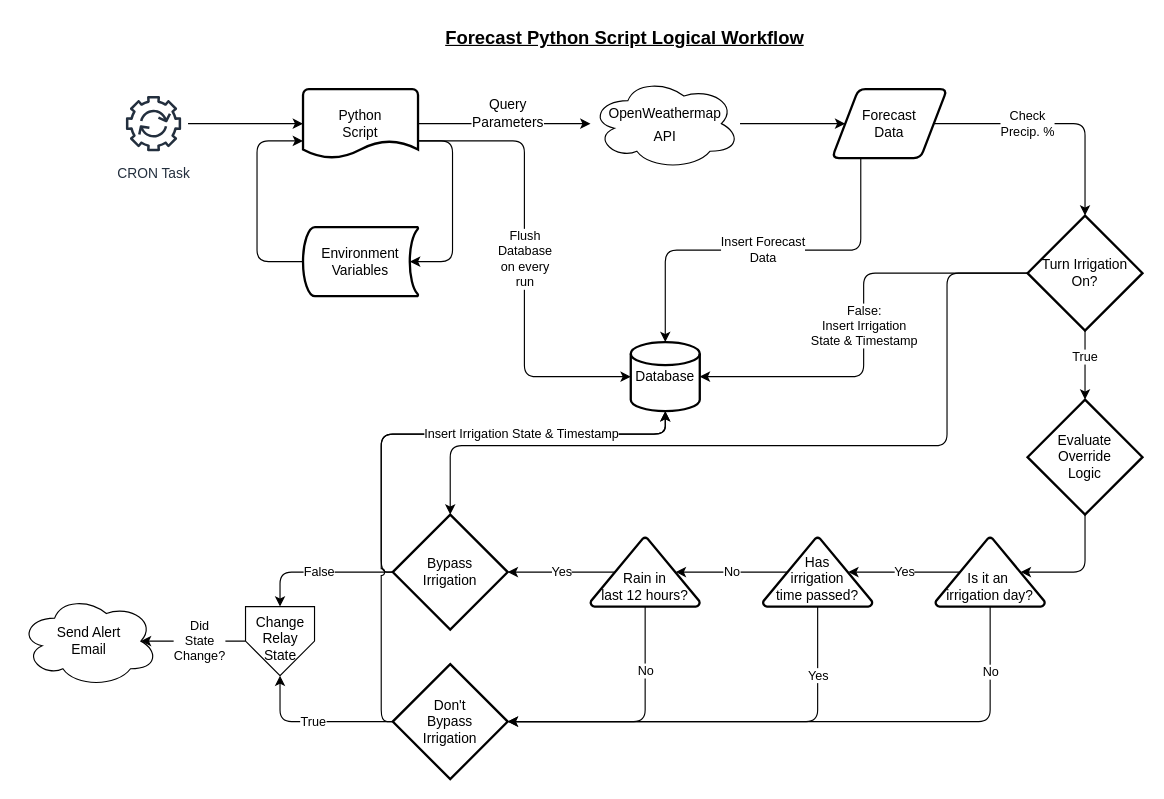
miarond/RPi_Irrigation_Bypass_Sensor keeps this draw.io diagram as assets/forecast_logic_diagram.drawio. Above is the earlier version. Source tidied: cells renumbered, new cells numbered last; positions are measured from the earlier drawing's top-left corner, leaving out a move shared by most shapes. Both pictures are drawn from the tidied source at 115%, with x=0, y=0 at pixel (20, 20).
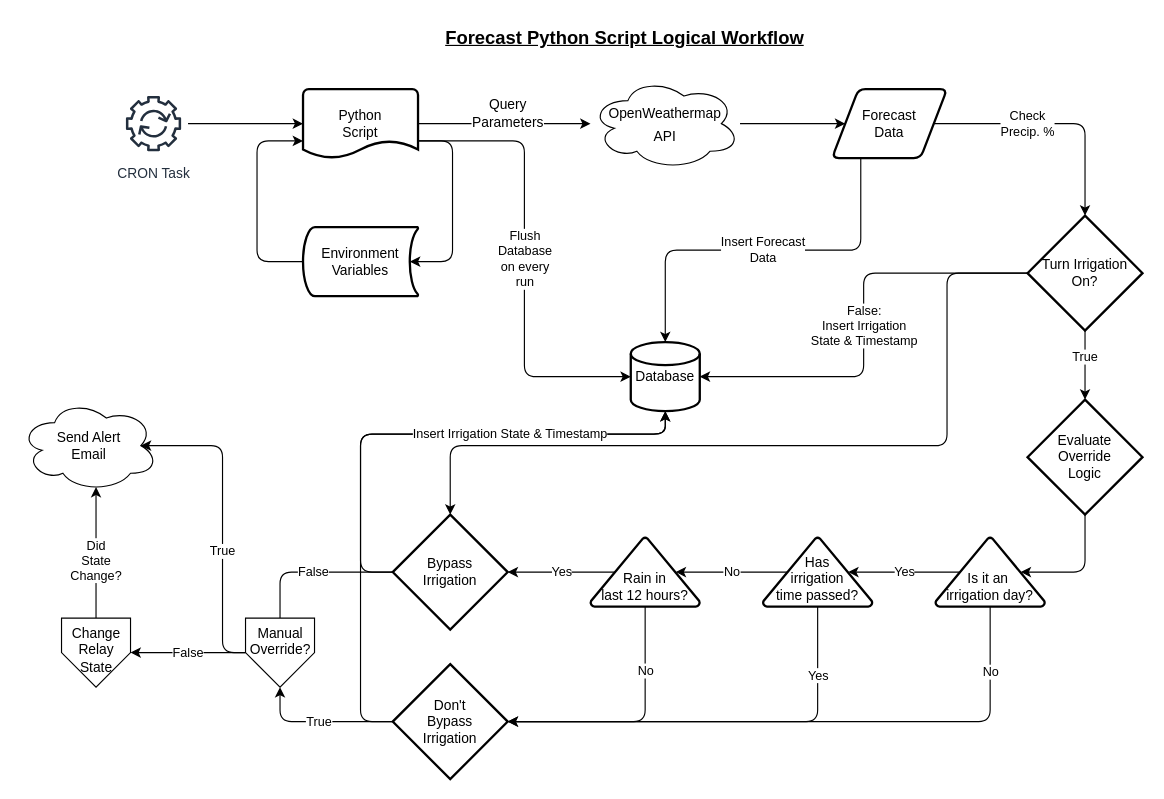
Above is the later version.

Unchanged cells that the change refers to:
```xml
<mxCell id="23" value="Database" style="strokeWidth=2;html=1;shape=mxgraph.flowchart.database;whiteSpace=wrap;" parent="1" vertex="1">
  <mxGeometry x="531" y="280" width="60" height="60" as="geometry" />
</mxCell>
<mxCell id="35" value="Bypass&lt;br&gt;Irrigation" style="strokeWidth=2;html=1;shape=mxgraph.flowchart.decision;whiteSpace=wrap;" parent="1" vertex="1">
  <mxGeometry x="324" y="430" width="100" height="100" as="geometry" />
</mxCell>
<mxCell id="38" value="Don't&lt;br&gt;Bypass&lt;br&gt;Irrigation" style="strokeWidth=2;html=1;shape=mxgraph.flowchart.decision;whiteSpace=wrap;" parent="1" vertex="1">
  <mxGeometry x="324" y="560" width="100" height="100" as="geometry" />
</mxCell>
```

The edit, as a diff of the source:
```diff
@@
-    <mxCell id="33" value="False" style="edgeStyle=orthogonalEdgeStyle;html=1;exitX=0;exitY=0.5;exitDx=0;exitDy=0;exitPerimeter=0;entryX=0.5;entryY=0;entryDx=0;entryDy=0;" parent="1" edge="1" source="35" target="40">
+    <mxCell id="33" value="False" style="edgeStyle=orthogonalEdgeStyle;html=1;exitX=0;exitY=0.5;exitDx=0;exitDy=0;exitPerimeter=0;entryX=1;entryY=0.5;entryDx=0;entryDy=0;startArrow=none;" parent="1" edge="1" source="43" target="40">
       <mxGeometry relative="1" as="geometry" />
     </mxCell>
     <mxCell id="34" style="edgeStyle=orthogonalEdgeStyle;html=1;exitX=0;exitY=0.5;exitDx=0;exitDy=0;exitPerimeter=0;entryX=0.5;entryY=1;entryDx=0;entryDy=0;entryPerimeter=0;" parent="1" edge="1" source="35" target="23">
       <mxGeometry relative="1" as="geometry">
         <Array as="points">
-          <mxPoint x="314" y="480" />
-          <mxPoint x="314" y="360" />
+          <mxPoint x="296" y="480" />
+          <mxPoint x="296" y="360" />
           <mxPoint x="561" y="360" />
         </Array>
       </mxGeometry>
     </mxCell>
@@
-    <mxCell id="36" value="True" style="edgeStyle=orthogonalEdgeStyle;html=1;exitX=0;exitY=0.5;exitDx=0;exitDy=0;exitPerimeter=0;entryX=0.5;entryY=1;entryDx=0;entryDy=0;" parent="1" edge="1" source="38" target="40">
+    <mxCell id="36" value="True" style="edgeStyle=orthogonalEdgeStyle;html=1;exitX=0;exitY=0.5;exitDx=0;exitDy=0;exitPerimeter=0;entryX=0.5;entryY=1;entryDx=0;entryDy=0;" parent="1" edge="1" source="38" target="43">
       <mxGeometry relative="1" as="geometry" />
     </mxCell>
     <mxCell id="37" value="Insert Irrigation State &amp;amp; Timestamp" style="edgeStyle=orthogonalEdgeStyle;html=1;exitX=0;exitY=0.5;exitDx=0;exitDy=0;exitPerimeter=0;entryX=0.5;entryY=1;entryDx=0;entryDy=0;entryPerimeter=0;jumpStyle=arc;" parent="1" edge="1" source="38" target="23">
       <mxGeometry x="0.45" relative="1" as="geometry">
         <Array as="points">
-          <mxPoint x="314" y="610" />
-          <mxPoint x="314" y="360" />
+          <mxPoint x="296" y="610" />
+          <mxPoint x="296" y="360" />
           <mxPoint x="561" y="360" />
         </Array>
       </mxGeometry>
     </mxCell>
@@
-    <mxCell id="39" value="Did&lt;br&gt;State&lt;br&gt;Change?" style="edgeStyle=orthogonalEdgeStyle;jumpStyle=arc;html=1;exitX=0;exitY=0.5;exitDx=0;exitDy=0;entryX=0.875;entryY=0.5;entryDx=0;entryDy=0;entryPerimeter=0;" parent="1" edge="1" source="40" target="41">
+    <mxCell id="39" value="Did&lt;br&gt;State&lt;br&gt;Change?" style="edgeStyle=orthogonalEdgeStyle;jumpStyle=arc;html=1;exitX=0.5;exitY=0;exitDx=0;exitDy=0;entryX=0.55;entryY=0.95;entryDx=0;entryDy=0;entryPerimeter=0;" parent="1" edge="1" source="40" target="41">
       <mxGeometry x="-0.12" relative="1" as="geometry" />
     </mxCell>
     <mxCell id="40" value="Change&lt;br&gt;Relay&lt;br&gt;State" style="verticalLabelPosition=middle;verticalAlign=top;html=1;shape=offPageConnector;rounded=0;size=0.5;labelPosition=center;align=center;" parent="1" vertex="1">
-      <mxGeometry x="196" y="510" width="60" height="60" as="geometry" />
+      <mxGeometry x="36" y="520" width="60" height="60" as="geometry" />
     </mxCell>
     <mxCell id="41" value="Send Alert&lt;br&gt;Email" style="ellipse;shape=cloud;whiteSpace=wrap;html=1;" parent="1" vertex="1">
-      <mxGeometry y="500" width="120" height="80" as="geometry" />
+      <mxGeometry y="330" width="120" height="80" as="geometry" />
     </mxCell>
+    <mxCell id="42" value="True" style="edgeStyle=orthogonalEdgeStyle;html=1;exitX=0;exitY=0.5;exitDx=0;exitDy=0;entryX=0.875;entryY=0.5;entryDx=0;entryDy=0;entryPerimeter=0;" parent="1" edge="1" source="43" target="41">
+      <mxGeometry x="-0.2" relative="1" as="geometry">
+        <Array as="points">
+          <mxPoint x="176" y="550" />
+          <mxPoint x="176" y="370" />
+        </Array>
+      </mxGeometry>
+    </mxCell>
+    <mxCell id="43" value="Manual&lt;br&gt;Override?" style="verticalLabelPosition=middle;verticalAlign=top;html=1;shape=offPageConnector;rounded=0;size=0.5;labelPosition=center;align=center;" parent="1" vertex="1">
+      <mxGeometry x="196" y="520" width="60" height="60" as="geometry" />
+    </mxCell>
+    <mxCell id="44" value="False" style="edgeStyle=orthogonalEdgeStyle;html=1;exitX=0;exitY=0.5;exitDx=0;exitDy=0;exitPerimeter=0;entryX=0.5;entryY=0;entryDx=0;entryDy=0;endArrow=none;" parent="1" edge="1" source="35" target="43">
+      <mxGeometry relative="1" as="geometry" />
+    </mxCell>
```
